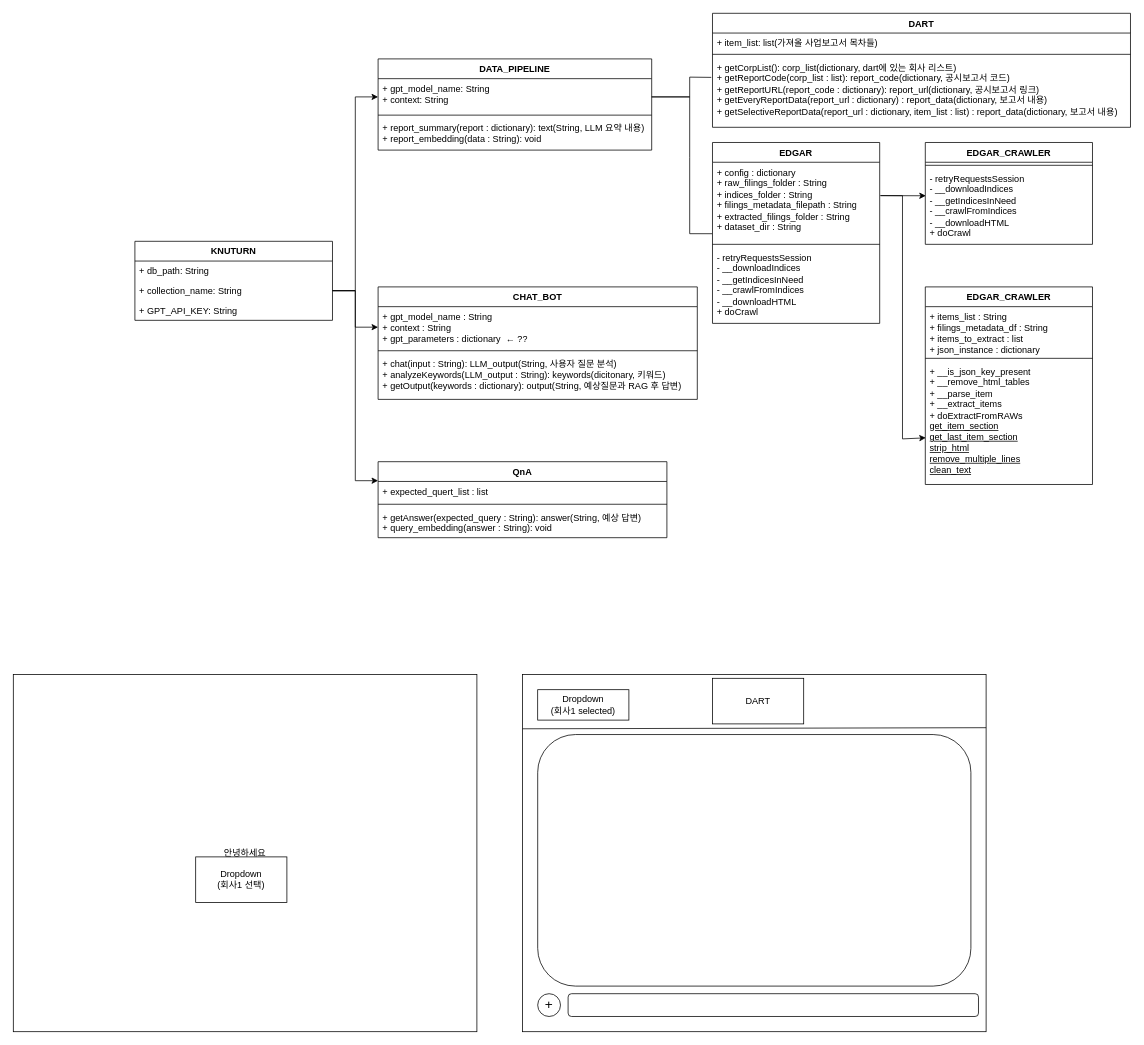
Earlier version of the draw.io diagram PROJECT/class.drawio (wjdfo/project2team8). Source tidied: cells renumbered, new cells numbered last; positions are measured from the earlier drawing's top-left corner, leaving out a move shared by most shapes. Both pictures are drawn from the tidied source at 76%, with x=0, y=0 at pixel (13, 13).
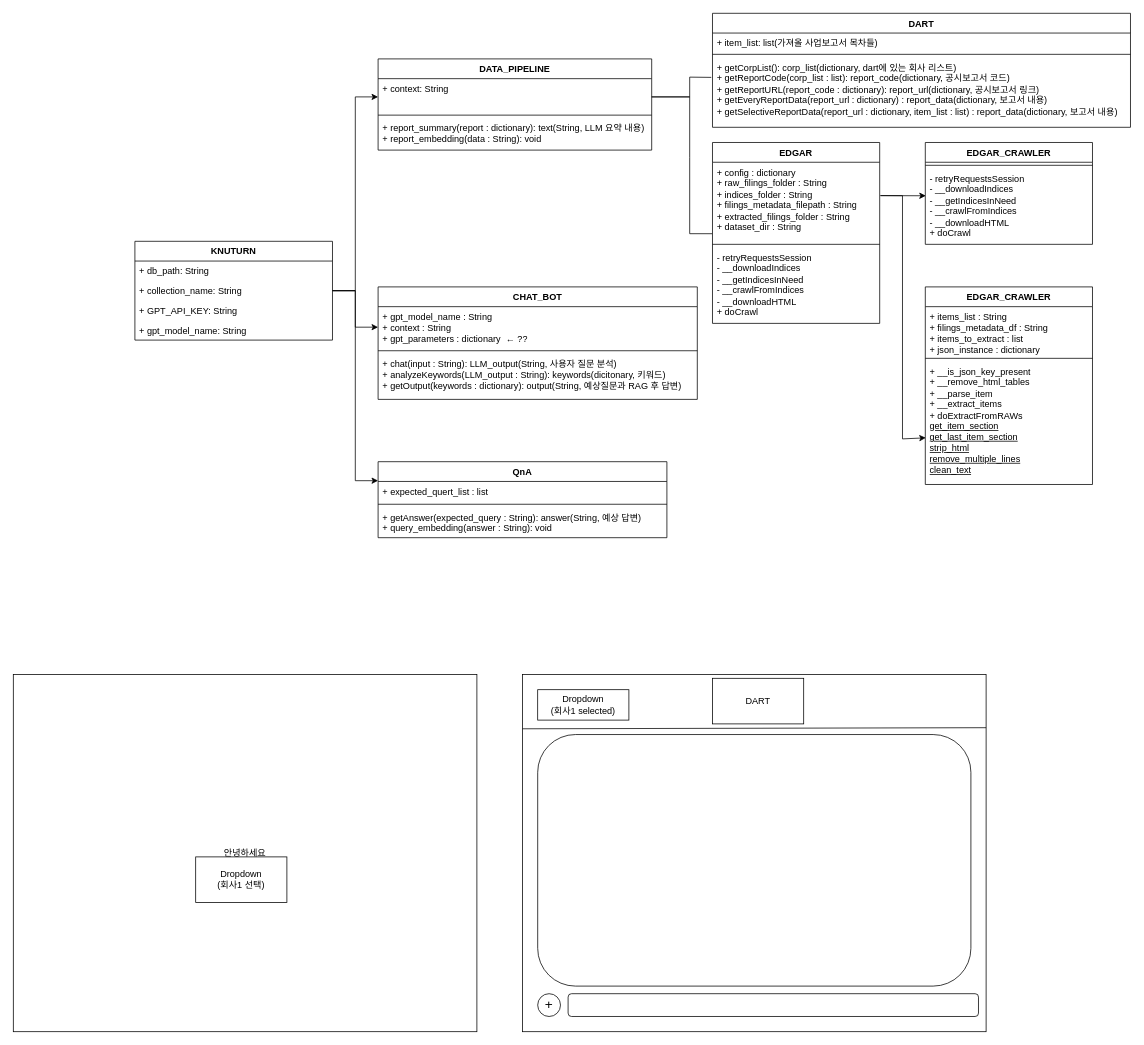
Above is the later version.

Unchanged cells that the change refers to:
```xml
<mxCell id="2" value="DATA_PIPELINE" style="swimlane;fontStyle=1;align=center;verticalAlign=top;horizontal=1;startSize=26;whiteSpace=wrap;html=1;" parent="1" vertex="1">
  <mxGeometry x="480" y="60" width="360" height="120" as="geometry" />
</mxCell>
```

The edit, as a diff of the source:
```diff
@@
-    <mxCell id="3" value="&lt;div&gt;+ gpt_model_name: String&lt;/div&gt;&lt;div&gt;+ context: String&lt;/div&gt;&lt;div&gt;&lt;br&gt;&lt;/div&gt;" style="text;strokeColor=none;fillColor=none;align=left;verticalAlign=top;spacingLeft=4;spacingRight=4;overflow=hidden;whiteSpace=wrap;html=1;" parent="2" vertex="1">
+    <mxCell id="3" value="&lt;div&gt;&lt;span style=&quot;background-color: initial;&quot;&gt;+ context: String&lt;/span&gt;&lt;br&gt;&lt;/div&gt;&lt;div&gt;&lt;br&gt;&lt;/div&gt;" style="text;strokeColor=none;fillColor=none;align=left;verticalAlign=top;spacingLeft=4;spacingRight=4;overflow=hidden;whiteSpace=wrap;html=1;" parent="2" vertex="1">
       <mxGeometry y="26" width="360" height="44" as="geometry" />
     </mxCell>
@@
     <mxCell id="23" value="&lt;b&gt;KNUTURN&lt;/b&gt;" style="swimlane;fontStyle=0;horizontal=1;startSize=26;fillColor=none;whiteSpace=wrap;html=1;" parent="1" vertex="1">
-      <mxGeometry x="160" y="300" width="260" height="104" as="geometry" />
+      <mxGeometry x="160" y="300" width="260" height="130" as="geometry" />
     </mxCell>
@@
+    <mxCell id="49" value="+ gpt_model_name: String" style="text;strokeColor=none;fillColor=none;align=left;verticalAlign=top;spacingLeft=4;spacingRight=4;overflow=hidden;whiteSpace=wrap;html=1;" parent="23" vertex="1">
+      <mxGeometry y="104" width="260" height="26" as="geometry" />
+    </mxCell>
```
